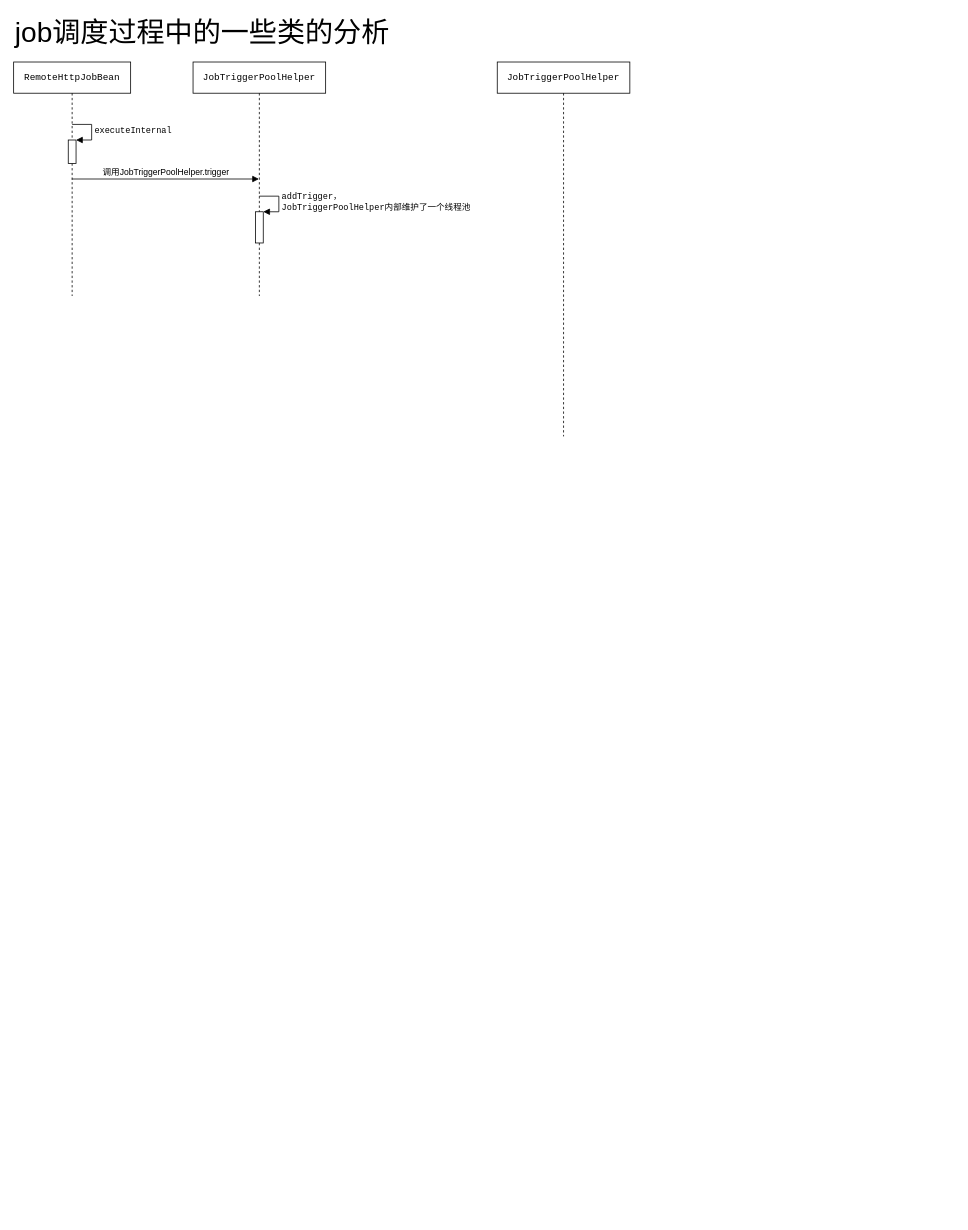
This is xxl-job/xxl-job-schedule.drawio from llrrbaba/BlogList, a draw.io file, before an edit. Source tidied: cells renumbered, new cells numbered last; positions are measured from the earlier drawing's top-left corner, leaving out a move shared by most shapes. Both pictures are drawn from the tidied source at 78%, with x=0, y=0 at pixel (13, 13).
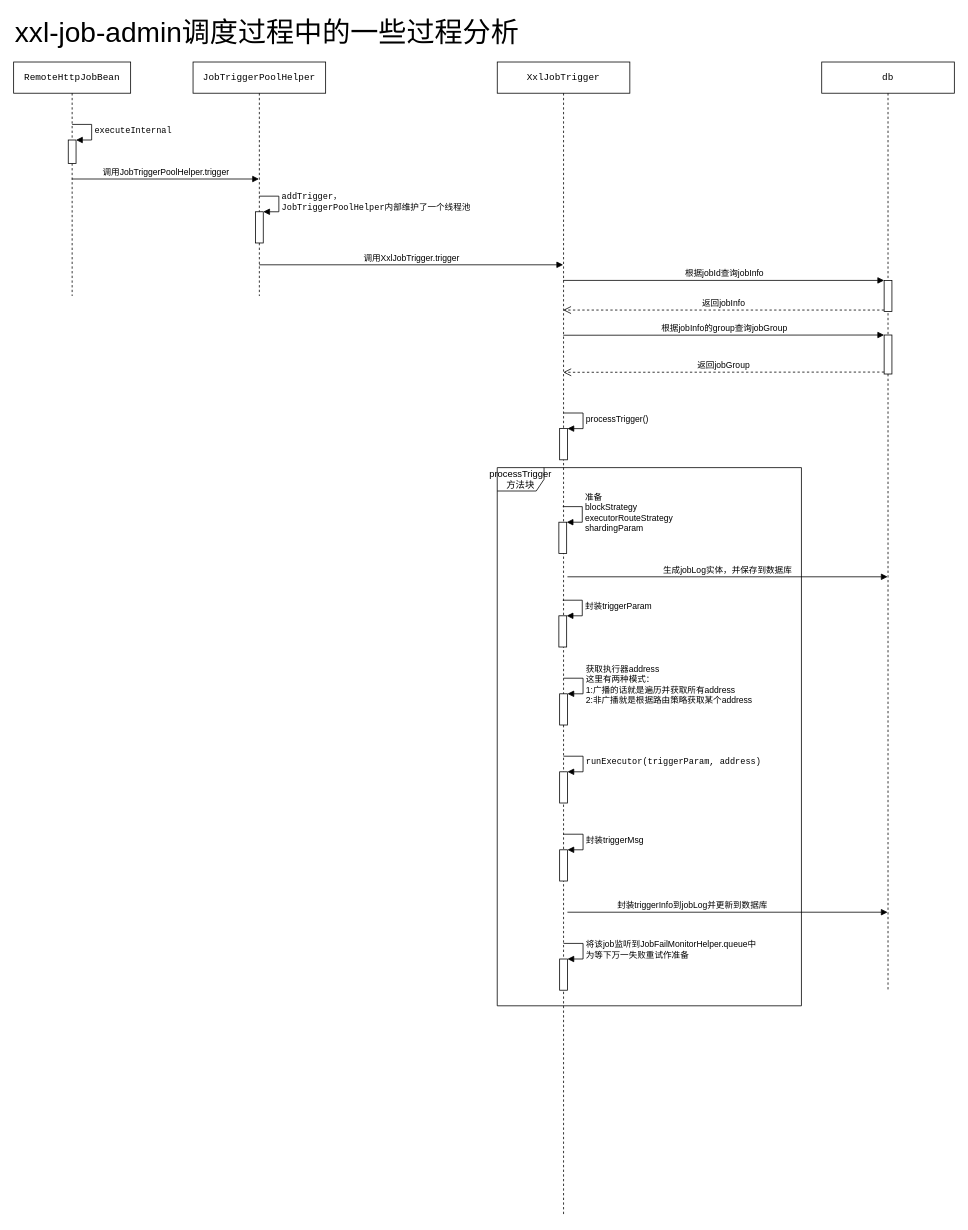
The same diagram, later.

Diff of the diagram source:
```diff
@@
-    <mxCell id="8" value="&lt;pre&gt;&lt;pre&gt;JobTriggerPoolHelper&lt;/pre&gt;&lt;/pre&gt;" style="shape=umlLifeline;perimeter=lifelinePerimeter;whiteSpace=wrap;html=1;outlineConnect=0;" parent="1" vertex="1">
-      <mxGeometry x="620" y="62" width="170" height="480" as="geometry" />
+    <mxCell id="8" value="&lt;pre&gt;&lt;pre&gt;&lt;pre&gt;XxlJobTrigger&lt;/pre&gt;&lt;/pre&gt;&lt;/pre&gt;" style="shape=umlLifeline;perimeter=lifelinePerimeter;whiteSpace=wrap;html=1;outlineConnect=0;" parent="1" vertex="1">
+      <mxGeometry x="620" y="62" width="170" height="1480" as="geometry" />
     </mxCell>
+    <mxCell id="11" style="html=1;points=[];perimeter=orthogonalPerimeter;" parent="8" vertex="1">
+      <mxGeometry x="80" y="470" width="10" height="40" as="geometry" />
+    </mxCell>
+    <mxCell id="12" value="processTrigger()" style="edgeStyle=orthogonalEdgeStyle;html=1;align=left;spacingLeft=2;endArrow=block;rounded=0;entryX=1;entryY=0;" parent="8" edge="1" target="11">
+      <mxGeometry relative="1" as="geometry">
+        <mxPoint x="85" y="450" as="sourcePoint" />
+        <Array as="points">
+          <mxPoint x="110" y="450" />
+        </Array>
+      </mxGeometry>
+    </mxCell>
+    <mxCell id="13" value="&lt;pre&gt;&lt;pre&gt;&lt;pre&gt;db&lt;/pre&gt;&lt;/pre&gt;&lt;/pre&gt;" style="shape=umlLifeline;perimeter=lifelinePerimeter;whiteSpace=wrap;html=1;outlineConnect=0;" parent="1" vertex="1">
+      <mxGeometry x="1036" y="62" width="170" height="1190" as="geometry" />
+    </mxCell>
+    <mxCell id="14" style="html=1;points=[];perimeter=orthogonalPerimeter;" parent="13" vertex="1">
+      <mxGeometry x="80" y="280" width="10" height="40" as="geometry" />
+    </mxCell>
+    <mxCell id="15" style="html=1;points=[];perimeter=orthogonalPerimeter;" parent="13" vertex="1">
+      <mxGeometry x="80" y="350" width="10" height="50" as="geometry" />
+    </mxCell>
@@
-    <mxCell id="10" value="&lt;font style=&quot;font-size: 36px&quot;&gt;job调度过程中的一些类的分析&lt;/font&gt;" style="text;html=1;align=left;verticalAlign=top;spacingTop=-4;" parent="1" vertex="1">
-      <mxGeometry width="500" height="20" as="geometry" />
+    <mxCell id="10" value="&lt;font style=&quot;font-size: 36px&quot;&gt;xxl-job-admin调度过程中的一些过程分析&lt;/font&gt;" style="text;html=1;align=left;verticalAlign=top;spacingTop=-4;" parent="1" vertex="1">
+      <mxGeometry width="660" height="20" as="geometry" />
     </mxCell>
+    <mxCell id="16" value="调用&lt;span&gt;XxlJobTrigger.&lt;/span&gt;&lt;span&gt;trigger&lt;/span&gt;" style="html=1;verticalAlign=bottom;endArrow=block;" parent="1" edge="1">
+      <mxGeometry relative="1" as="geometry">
+        <mxPoint x="314.7" y="322" as="sourcePoint" />
+        <mxPoint x="704.5" y="322" as="targetPoint" />
+      </mxGeometry>
+    </mxCell>
+    <mxCell id="17" value="根据jobId查询jobInfo" style="html=1;verticalAlign=bottom;endArrow=block;entryX=0;entryY=0;" parent="1" edge="1" source="8" target="14">
+      <mxGeometry relative="1" as="geometry" />
+    </mxCell>
+    <mxCell id="18" value="返回jobInfo" style="html=1;verticalAlign=bottom;endArrow=open;dashed=1;endSize=8;exitX=0;exitY=0.95;" parent="1" edge="1" source="14" target="8">
+      <mxGeometry relative="1" as="geometry" />
+    </mxCell>
+    <mxCell id="19" value="返回jobGroup" style="html=1;verticalAlign=bottom;endArrow=open;dashed=1;endSize=8;exitX=0;exitY=0.95;" parent="1" edge="1" source="15">
+      <mxGeometry relative="1" as="geometry">
+        <mxPoint x="704.7" y="459.8" as="targetPoint" />
+      </mxGeometry>
+    </mxCell>
+    <mxCell id="20" value="根据jobInfo的group查询jobGroup" style="html=1;verticalAlign=bottom;endArrow=block;entryX=0;entryY=0;" parent="1" edge="1" target="15">
+      <mxGeometry relative="1" as="geometry">
+        <mxPoint x="704.7" y="412.3" as="sourcePoint" />
+      </mxGeometry>
+    </mxCell>
+    <mxCell id="21" value="processTrigger&lt;br&gt;方法块" style="shape=umlFrame;whiteSpace=wrap;html=1;" parent="1" vertex="1">
+      <mxGeometry x="620" y="582" width="390" height="690" as="geometry" />
+    </mxCell>
+    <mxCell id="22" style="html=1;points=[];perimeter=orthogonalPerimeter;" parent="1" vertex="1">
+      <mxGeometry x="699" y="652" width="10" height="40" as="geometry" />
+    </mxCell>
+    <mxCell id="23" value="准备&lt;br&gt;&lt;span&gt;blockStrategy&lt;br&gt;&lt;/span&gt;executorRouteStrategy&lt;br&gt;shardingParam&lt;br&gt;" style="edgeStyle=orthogonalEdgeStyle;html=1;align=left;spacingLeft=2;endArrow=block;rounded=0;entryX=1;entryY=0;" parent="1" edge="1" target="22">
+      <mxGeometry relative="1" as="geometry">
+        <mxPoint x="704" y="632" as="sourcePoint" />
+        <Array as="points">
+          <mxPoint x="729" y="632" />
+        </Array>
+      </mxGeometry>
+    </mxCell>
+    <mxCell id="24" value="生成jobLog实体，并保存到数据库" style="html=1;verticalAlign=bottom;endArrow=block;" parent="1" edge="1" target="13">
+      <mxGeometry relative="1" as="geometry">
+        <mxPoint x="710" y="722" as="sourcePoint" />
+      </mxGeometry>
+    </mxCell>
+    <mxCell id="25" style="html=1;points=[];perimeter=orthogonalPerimeter;" parent="1" vertex="1">
+      <mxGeometry x="699" y="772" width="10" height="40" as="geometry" />
+    </mxCell>
+    <mxCell id="26" value="封装triggerParam" style="edgeStyle=orthogonalEdgeStyle;html=1;align=left;spacingLeft=2;endArrow=block;rounded=0;entryX=1;entryY=0;" parent="1" edge="1" target="25">
+      <mxGeometry relative="1" as="geometry">
+        <mxPoint x="704" y="752" as="sourcePoint" />
+        <Array as="points">
+          <mxPoint x="729" y="752" />
+        </Array>
+      </mxGeometry>
+    </mxCell>
+    <mxCell id="27" style="html=1;points=[];perimeter=orthogonalPerimeter;" parent="1" vertex="1">
+      <mxGeometry x="700" y="872" width="10" height="40" as="geometry" />
+    </mxCell>
+    <mxCell id="28" value="获取执行器address&lt;br&gt;这里有两种模式：&lt;br&gt;1:广播的话就是遍历并获取所有address&lt;br&gt;2:非广播就是根据路由策略获取某个address&lt;br&gt;" style="edgeStyle=orthogonalEdgeStyle;html=1;align=left;spacingLeft=2;endArrow=block;rounded=0;entryX=1;entryY=0;" parent="1" edge="1" target="27">
+      <mxGeometry relative="1" as="geometry">
+        <mxPoint x="705" y="852" as="sourcePoint" />
+        <Array as="points">
+          <mxPoint x="730" y="852" />
+        </Array>
+      </mxGeometry>
+    </mxCell>
+    <mxCell id="29" style="html=1;points=[];perimeter=orthogonalPerimeter;" parent="1" vertex="1">
+      <mxGeometry x="700" y="972" width="10" height="40" as="geometry" />
+    </mxCell>
+    <mxCell id="30" value="&lt;pre&gt;&lt;span&gt;runExecutor&lt;/span&gt;(triggerParam, address)&lt;/pre&gt;" style="edgeStyle=orthogonalEdgeStyle;html=1;align=left;spacingLeft=2;endArrow=block;rounded=0;entryX=1;entryY=0;" parent="1" edge="1" target="29">
+      <mxGeometry relative="1" as="geometry">
+        <mxPoint x="705" y="952" as="sourcePoint" />
+        <Array as="points">
+          <mxPoint x="730" y="952" />
+        </Array>
+      </mxGeometry>
+    </mxCell>
+    <mxCell id="31" style="html=1;points=[];perimeter=orthogonalPerimeter;" parent="1" vertex="1">
+      <mxGeometry x="700" y="1072" width="10" height="40" as="geometry" />
+    </mxCell>
+    <mxCell id="32" value="封装triggerMsg" style="edgeStyle=orthogonalEdgeStyle;html=1;align=left;spacingLeft=2;endArrow=block;rounded=0;entryX=1;entryY=0;" parent="1" edge="1" target="31">
+      <mxGeometry relative="1" as="geometry">
+        <mxPoint x="705" y="1052" as="sourcePoint" />
+        <Array as="points">
+          <mxPoint x="730" y="1052" />
+        </Array>
+      </mxGeometry>
+    </mxCell>
+    <mxCell id="33" value="封装triggerInfo到jobLog并更新到数据库" style="html=1;verticalAlign=bottom;endArrow=block;" parent="1" edge="1" target="13">
+      <mxGeometry x="-0.22" relative="1" as="geometry">
+        <mxPoint x="710" y="1152" as="sourcePoint" />
+      </mxGeometry>
+    </mxCell>
+    <mxCell id="34" style="html=1;points=[];perimeter=orthogonalPerimeter;" parent="1" vertex="1">
+      <mxGeometry x="700" y="1212" width="10" height="40" as="geometry" />
+    </mxCell>
+    <mxCell id="35" value="将该job监听到&lt;span&gt;JobFailMonitorHelper.queue中&lt;br&gt;为等下万一失败重试作准备&lt;br&gt;&lt;/span&gt;" style="edgeStyle=orthogonalEdgeStyle;html=1;align=left;spacingLeft=2;endArrow=block;rounded=0;entryX=1;entryY=0;" parent="1" edge="1" target="34">
+      <mxGeometry relative="1" as="geometry">
+        <mxPoint x="705" y="1192" as="sourcePoint" />
+        <Array as="points">
+          <mxPoint x="730" y="1192" />
+        </Array>
+      </mxGeometry>
+    </mxCell>
```
